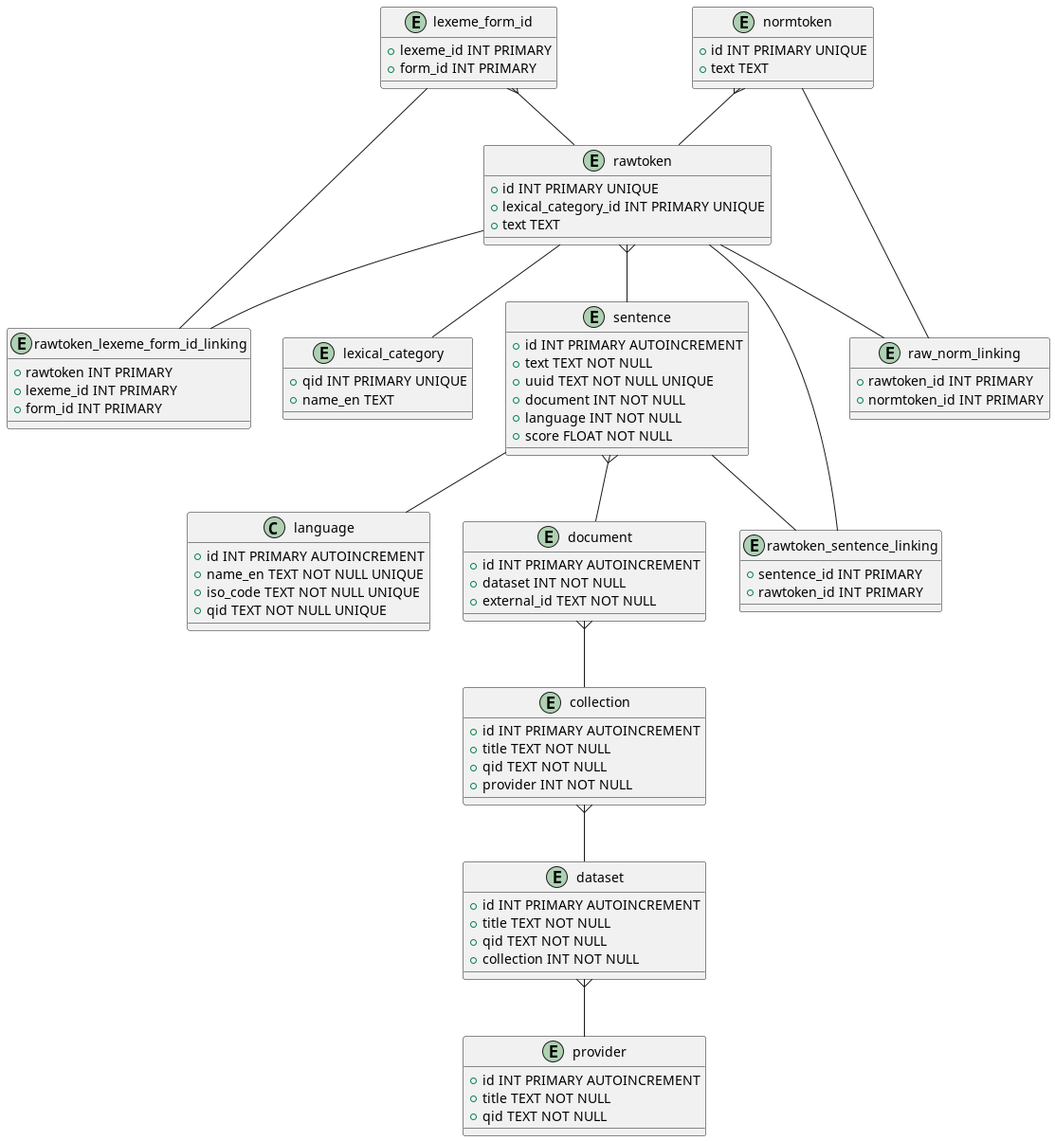
The PlantUML diagram diagrams/datamodel.png in dpriskorn/riksdagen_sentences, before a commit.
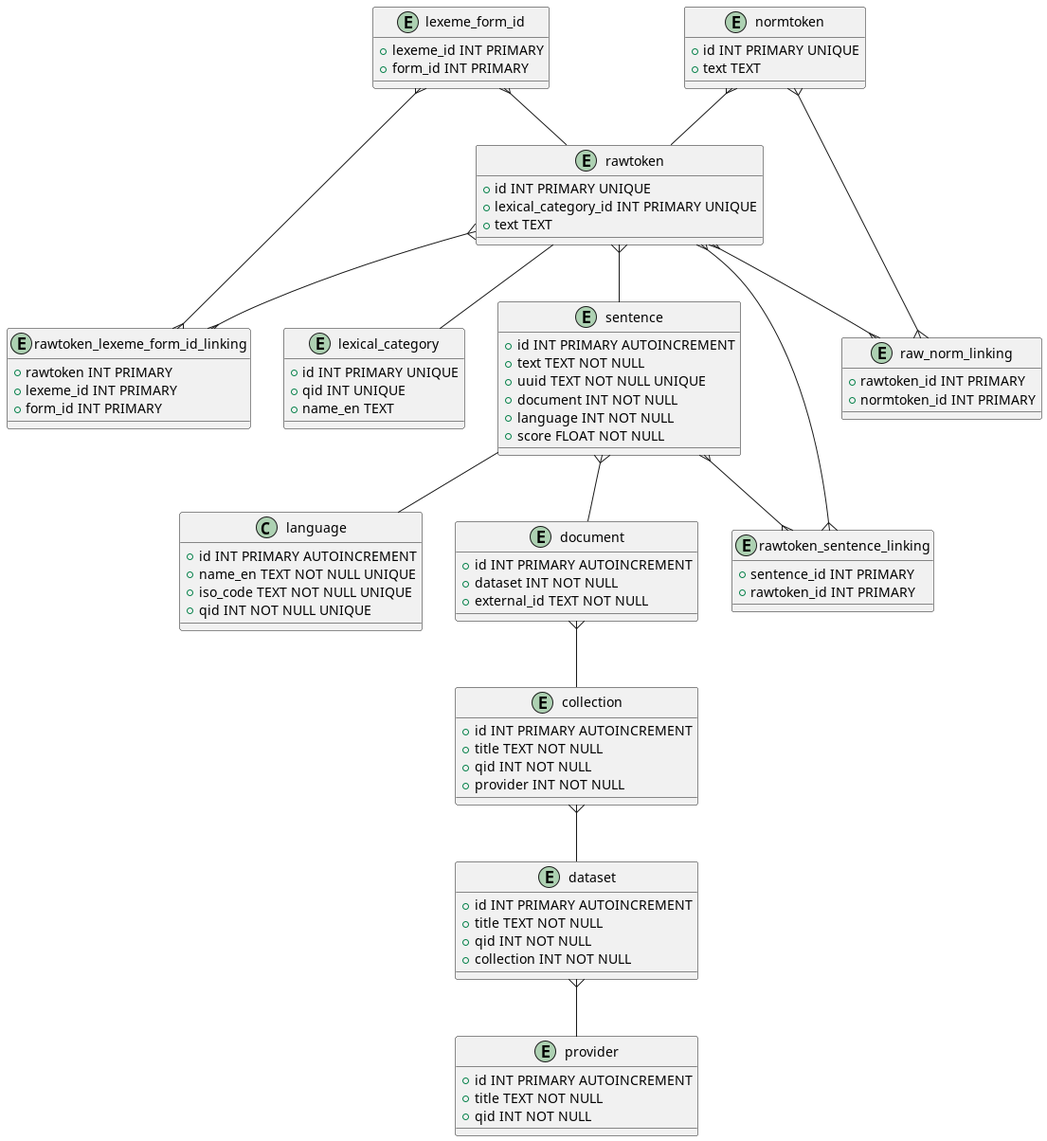
Later version of the same file.

The edit, as a diff of the source:
```diff
@@ -1,7 +1,8 @@
 @startuml
 
 entity lexical_category {
-    + qid INT PRIMARY UNIQUE
+    + id INT PRIMARY UNIQUE
+    + qid INT UNIQUE
     + name_en TEXT
 }
 
@@ -9,24 +10,24 @@
     + id INT PRIMARY AUTOINCREMENT
     + name_en TEXT NOT NULL UNIQUE
     + iso_code TEXT NOT NULL UNIQUE
-    + qid TEXT NOT NULL UNIQUE
+    + qid INT NOT NULL UNIQUE
 }
 entity provider {
     + id INT PRIMARY AUTOINCREMENT
     + title TEXT NOT NULL
-    + qid TEXT NOT NULL
+    + qid INT NOT NULL
 }
 entity collection {
     + id INT PRIMARY AUTOINCREMENT
     + title TEXT NOT NULL
-    + qid TEXT NOT NULL
+    + qid INT NOT NULL
     + provider INT NOT NULL
 }
 
 entity dataset {
     + id INT PRIMARY AUTOINCREMENT
     + title TEXT NOT NULL
-    + qid TEXT NOT NULL
+    + qid INT NOT NULL
     + collection INT NOT NULL
 }
 
@@ -88,10 +89,11 @@
 
 sentence -- language
 rawtoken -- lexical_category
-rawtoken -- raw_norm_linking
-normtoken -- raw_norm_linking
-rawtoken -- rawtoken_sentence_linking
-sentence -- rawtoken_sentence_linking
-rawtoken -- rawtoken_lexeme_form_id_linking
-lexeme_form_id -- rawtoken_lexeme_form_id_linking
+
+rawtoken }--{ raw_norm_linking
+normtoken }--{ raw_norm_linking
+rawtoken }--{ rawtoken_sentence_linking
+sentence }--{ rawtoken_sentence_linking
+rawtoken }--{ rawtoken_lexeme_form_id_linking
+lexeme_form_id }--{ rawtoken_lexeme_form_id_linking
 @enduml
```
